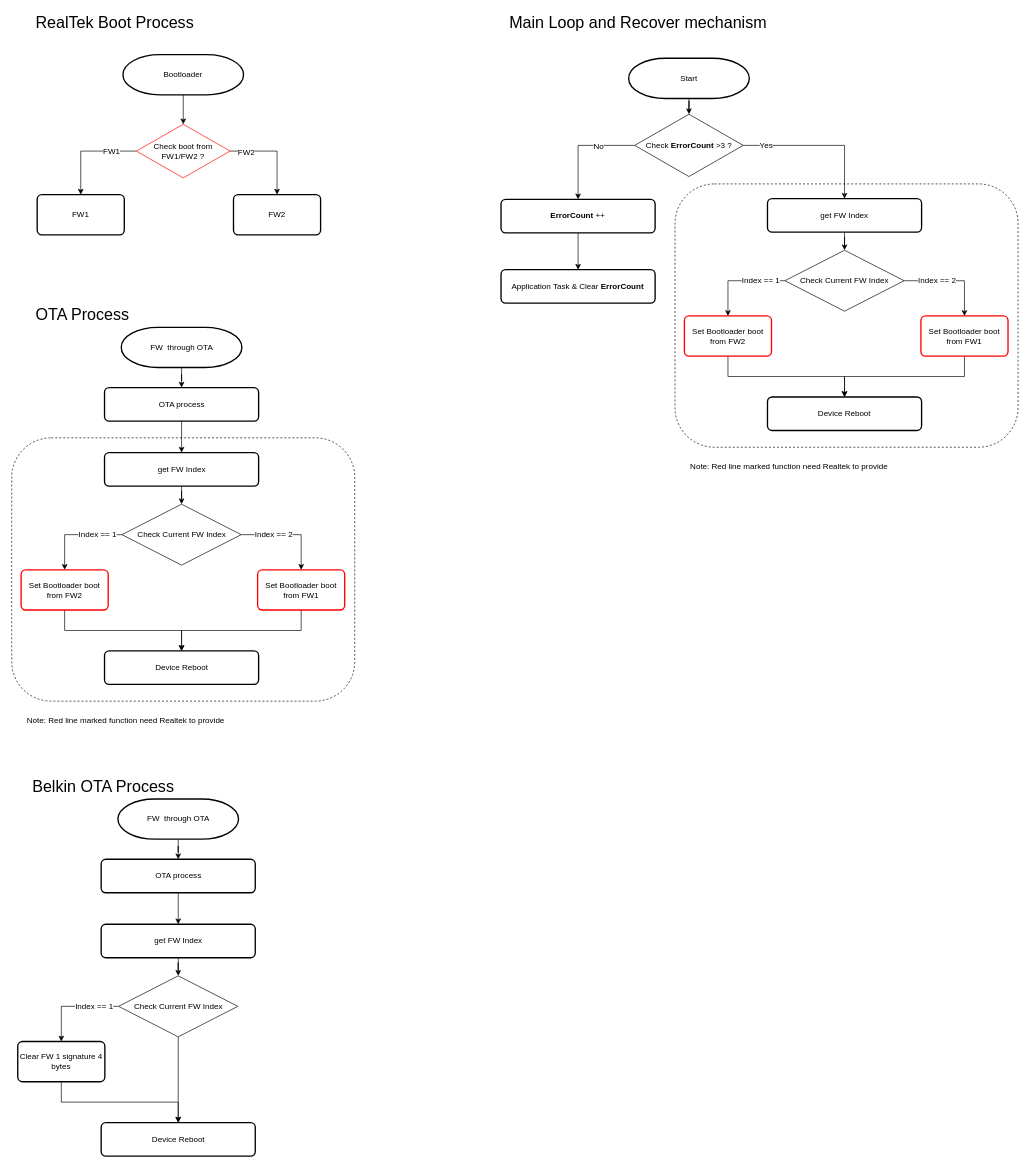
Above: AutoRecovery.drawio in starbuckslatte/starbuckslatte.github.io (draw.io), before the change. Source tidied: cells renumbered, new cells numbered last; positions are measured from the earlier drawing's top-left corner, leaving out a move shared by most shapes. Both pictures are drawn from the tidied source at 67%, with x=0, y=0 at pixel (11, 11).
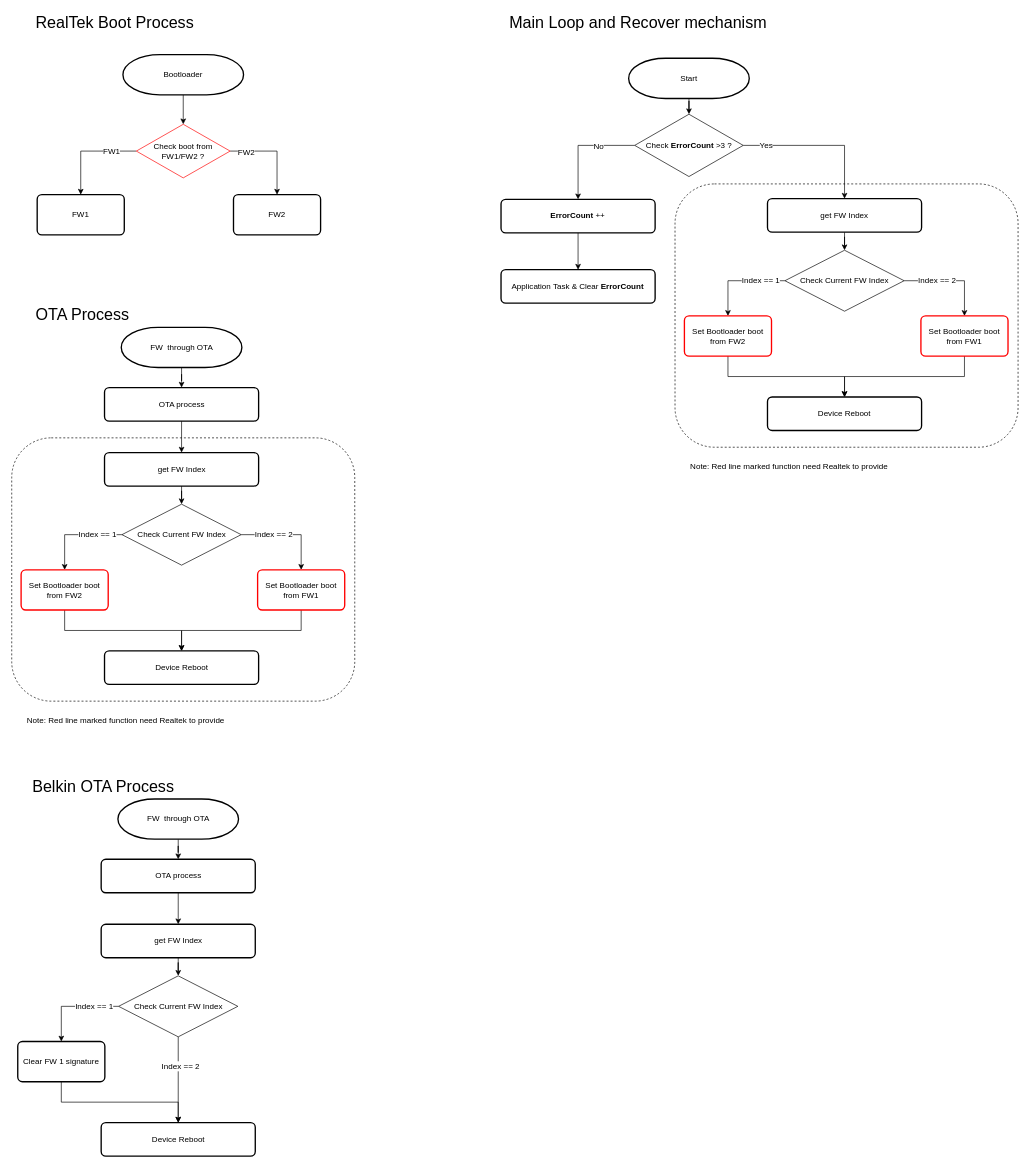
After the change.

The change refers to these unchanged cells:
```xml
<mxCell id="68" style="edgeStyle=orthogonalEdgeStyle;rounded=0;jettySize=auto;html=1;" parent="1" edge="1" source="69" target="70">
  <mxGeometry relative="1" as="geometry" />
</mxCell>
```

Change to the diagram source:
```diff
@@
-    <mxCell id="65" value="Clear FW 1 signature 4 bytes" style="rounded=1;whiteSpace=wrap;html=1;absoluteArcSize=1;arcSize=14;strokeWidth=2;strokeColor=#000000;" parent="1" vertex="1">
+    <mxCell id="65" value="Clear FW 1 signature" style="rounded=1;whiteSpace=wrap;html=1;absoluteArcSize=1;arcSize=14;strokeWidth=2;strokeColor=#000000;" parent="1" vertex="1">
       <mxGeometry x="9" y="1537" width="130" height="60" as="geometry" />
     </mxCell>
@@
+    <mxCell id="71" value="Index == 2" style="text;html=1;align=center;verticalAlign=middle;labelBackgroundColor=#ffffff;" parent="68" vertex="1">
+      <mxGeometry x="-0.33" y="3" relative="1" as="geometry" />
+    </mxCell>
```
